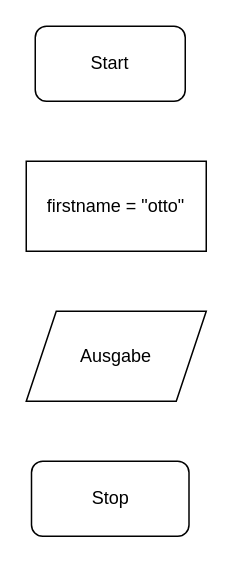
This is pap.drawio from 01-ComCave-PP/01_Variablen, a draw.io file, before an edit. Source tidied: cells renumbered, new cells numbered last; positions are measured from the earlier drawing's top-left corner, leaving out a move shared by most shapes. Both pictures are drawn from the tidied source at 150%, with x=0, y=0 at pixel (26, 26).
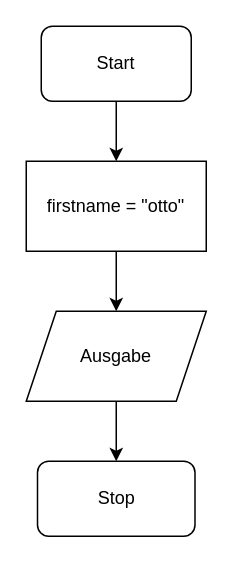
After the change.

Commit message (it also covers changes not shown here):
PAP 1 Variante

Change to the diagram source:
```diff
@@
 <mxGraphModel>
   <root>
     <mxCell id="0" />
     <mxCell id="1" parent="0" />
+    <mxCell id="6" style="edgeStyle=none;html=1;" parent="1" edge="1" source="2" target="4">
+      <mxGeometry relative="1" as="geometry" />
+    </mxCell>
     <mxCell id="2" value="Start" style="rounded=1;whiteSpace=wrap;html=1;" parent="1" vertex="1">
-      <mxGeometry x="6" width="100" height="50" as="geometry" />
+      <mxGeometry x="10" width="100" height="50" as="geometry" />
     </mxCell>
     <mxCell id="3" value="Stop" style="rounded=1;whiteSpace=wrap;html=1;" parent="1" vertex="1">
-      <mxGeometry x="3.5" y="290" width="105" height="50" as="geometry" />
+      <mxGeometry x="7.5" y="290" width="105" height="50" as="geometry" />
     </mxCell>
+    <mxCell id="7" style="edgeStyle=none;html=1;" parent="1" edge="1" source="4" target="5">
+      <mxGeometry relative="1" as="geometry" />
+    </mxCell>
     <mxCell id="4" value="firstname = &quot;otto&quot;" style="rounded=0;whiteSpace=wrap;html=1;" parent="1" vertex="1">
       <mxGeometry y="90" width="120" height="60" as="geometry" />
     </mxCell>
+    <mxCell id="8" style="edgeStyle=none;html=1;" parent="1" edge="1" source="5" target="3">
+      <mxGeometry relative="1" as="geometry" />
+    </mxCell>
     <mxCell id="5" value="Ausgabe" style="shape=parallelogram;perimeter=parallelogramPerimeter;whiteSpace=wrap;html=1;fixedSize=1;" parent="1" vertex="1">
       <mxGeometry y="190" width="120" height="60" as="geometry" />
     </mxCell>
   </root>
 </mxGraphModel>
```
